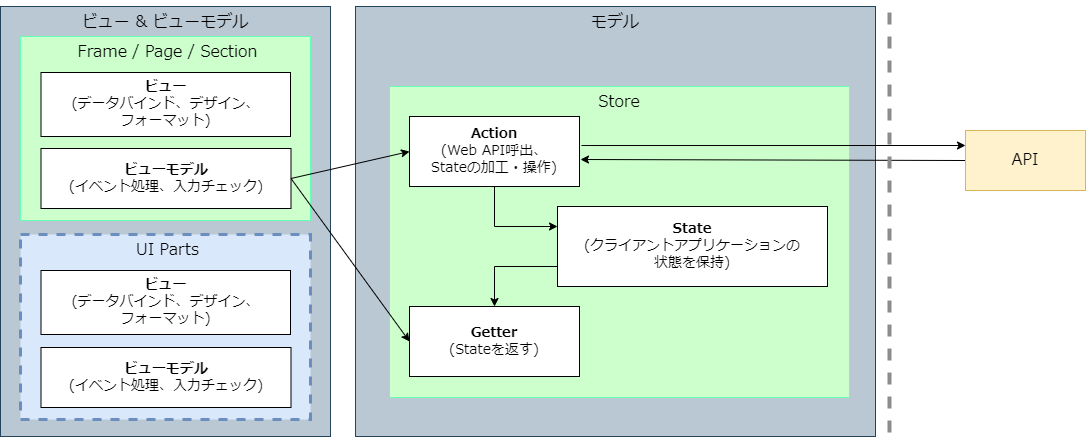
Above: documents/contents/images/app-architecture/client-side-rendering/mvvm-pattern.png in AlesInfiny/maris (draw.io), before the change. Source tidied: cells renumbered, new cells last; positions are measured from the earlier drawing's top-left corner, leaving out a move shared by most shapes.
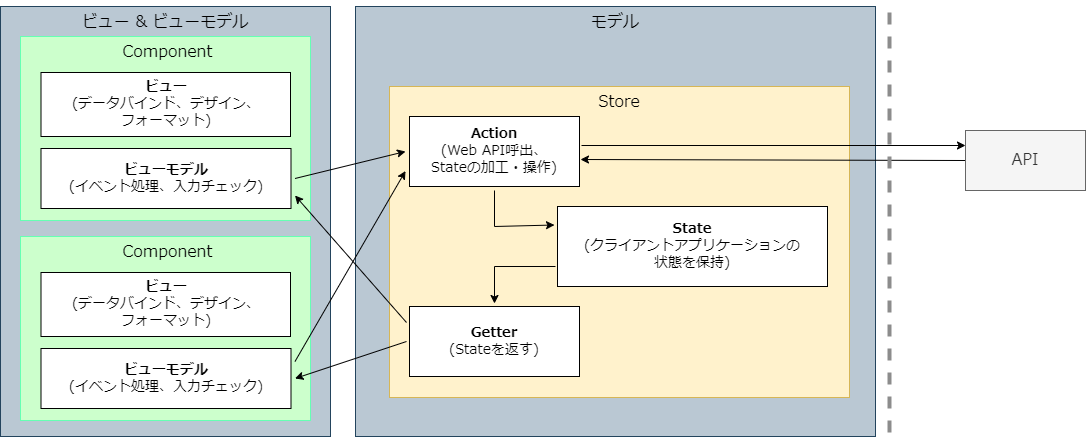
The same diagram one commit later.

Diff of the diagram source:
```diff
@@ -8,28 +8,28 @@
     <mxCell id="3" value="モデル" style="rounded=0;whiteSpace=wrap;html=1;verticalAlign=top;fillColor=#bac8d3;strokeColor=#23445d;fontColor=#000000;fontSize=16;fontFamily=Noto Sans JP;fontSource=https%3A%2F%2Ffonts.googleapis.com%2Fcss%3Ffamily%3DNoto%2BSans%2BJP;" parent="1" vertex="1">
       <mxGeometry x="355" y="4" width="520" height="430" as="geometry" />
     </mxCell>
-    <mxCell id="4" value="Frame / Page / Section" style="rounded=0;whiteSpace=wrap;html=1;align=center;spacingLeft=5;fillColor=#CCFFCC;fontColor=#000000;strokeColor=#66FFB3;verticalAlign=top;fontSize=16;fontFamily=Noto Sans JP;fontSource=https%3A%2F%2Ffonts.googleapis.com%2Fcss%3Ffamily%3DNoto%2BSans%2BJP;" parent="1" vertex="1">
+    <mxCell id="4" value="Component" style="rounded=0;whiteSpace=wrap;html=1;align=center;spacingLeft=5;fillColor=#CCFFCC;fontColor=#000000;strokeColor=#66FFB3;verticalAlign=top;fontSize=16;fontFamily=Noto Sans JP;fontSource=https%3A%2F%2Ffonts.googleapis.com%2Fcss%3Ffamily%3DNoto%2BSans%2BJP;" parent="1" vertex="1">
       <mxGeometry x="20" y="34" width="290" height="184" as="geometry" />
     </mxCell>
-    <mxCell id="5" value="Store" style="rounded=0;whiteSpace=wrap;html=1;fontSize=16;verticalAlign=top;fillColor=#CCFFCC;strokeColor=#66FFB3;gradientColor=none;fontColor=#000000;fontFamily=Noto Sans JP;fontSource=https%3A%2F%2Ffonts.googleapis.com%2Fcss%3Ffamily%3DNoto%2BSans%2BJP;" parent="1" vertex="1">
+    <mxCell id="5" value="Store" style="rounded=0;whiteSpace=wrap;html=1;fontSize=16;verticalAlign=top;fillColor=#fff2cc;strokeColor=#d6b656;fontFamily=Noto Sans JP;fontSource=https%3A%2F%2Ffonts.googleapis.com%2Fcss%3Ffamily%3DNoto%2BSans%2BJP;" parent="1" vertex="1">
       <mxGeometry x="389" y="84" width="460" height="311" as="geometry" />
     </mxCell>
     <mxCell id="6" value="&lt;b&gt;ビュー&lt;/b&gt;&lt;br style=&quot;font-size: 14px&quot;&gt;(データバインド、デザイン、&lt;br style=&quot;font-size: 14px&quot;&gt;フォーマット)" style="rounded=0;whiteSpace=wrap;html=1;fontSize=14;fontFamily=Noto Sans JP;fontSource=https%3A%2F%2Ffonts.googleapis.com%2Fcss%3Ffamily%3DNoto%2BSans%2BJP;" parent="1" vertex="1">
       <mxGeometry x="40.5" y="70" width="249.5" height="64" as="geometry" />
     </mxCell>
-    <mxCell id="7" value="&lt;b&gt;ビューモデル&lt;/b&gt;&lt;br style=&quot;font-size: 14px&quot;&gt;(イベント処理、入力チェック)" style="rounded=0;whiteSpace=wrap;html=1;fontSize=14;fontFamily=Noto Sans JP;fontSource=https%3A%2F%2Ffonts.googleapis.com%2Fcss%3Ffamily%3DNoto%2BSans%2BJP;" parent="1" vertex="1">
+    <mxCell id="7" value="&lt;b&gt;ビューモデル&lt;/b&gt;&lt;br style=&quot;font-size: 14px&quot;&gt;(イベント処理、入力チェック)" style="rounded=0;whiteSpace=wrap;html=1;fontSize=14;fontFamily=Noto Sans JP;fontSource=https%3A%2F%2Ffonts.googleapis.com%2Fcss%3Ffamily%3DNoto%2BSans%2BJP;perimeterSpacing=4;" parent="1" vertex="1">
       <mxGeometry x="40.5" y="146" width="250" height="60" as="geometry" />
     </mxCell>
-    <mxCell id="8" value="&lt;b&gt;Action&lt;/b&gt;&lt;br style=&quot;font-size: 14px&quot;&gt;(Web API呼出、&lt;br style=&quot;font-size: 14px&quot;&gt;Stateの加工・操作)" style="rounded=0;whiteSpace=wrap;html=1;fontSize=14;fontFamily=Noto Sans JP;fontSource=https%3A%2F%2Ffonts.googleapis.com%2Fcss%3Ffamily%3DNoto%2BSans%2BJP;" parent="1" vertex="1">
+    <mxCell id="8" value="&lt;b&gt;Action&lt;/b&gt;&lt;br style=&quot;font-size: 14px&quot;&gt;(Web API呼出、&lt;br style=&quot;font-size: 14px&quot;&gt;Stateの加工・操作)" style="rounded=0;whiteSpace=wrap;html=1;fontSize=14;fontFamily=Noto Sans JP;fontSource=https%3A%2F%2Ffonts.googleapis.com%2Fcss%3Ffamily%3DNoto%2BSans%2BJP;perimeterSpacing=4;" parent="1" vertex="1">
       <mxGeometry x="409" y="114" width="170" height="70" as="geometry" />
     </mxCell>
-    <mxCell id="9" value="&lt;b&gt;Getter&lt;/b&gt;&lt;br style=&quot;font-size: 14px&quot;&gt;(Stateを返す)" style="rounded=0;whiteSpace=wrap;html=1;fontSize=14;fontFamily=Noto Sans JP;fontSource=https%3A%2F%2Ffonts.googleapis.com%2Fcss%3Ffamily%3DNoto%2BSans%2BJP;" parent="1" vertex="1">
+    <mxCell id="9" value="&lt;b&gt;Getter&lt;/b&gt;&lt;br style=&quot;font-size: 14px&quot;&gt;(Stateを返す)" style="rounded=0;whiteSpace=wrap;html=1;fontSize=14;fontFamily=Noto Sans JP;fontSource=https%3A%2F%2Ffonts.googleapis.com%2Fcss%3Ffamily%3DNoto%2BSans%2BJP;perimeterSpacing=3;" parent="1" vertex="1">
       <mxGeometry x="409" y="304" width="170" height="70" as="geometry" />
     </mxCell>
-    <mxCell id="10" value="&lt;b&gt;State&lt;/b&gt;&lt;br style=&quot;font-size: 14px&quot;&gt;(クライアントアプリケーションの&lt;br&gt;状態を保持)" style="rounded=0;whiteSpace=wrap;html=1;fontSize=14;fontFamily=Noto Sans JP;fontSource=https%3A%2F%2Ffonts.googleapis.com%2Fcss%3Ffamily%3DNoto%2BSans%2BJP;" parent="1" vertex="1">
+    <mxCell id="10" value="&lt;b&gt;State&lt;/b&gt;&lt;br style=&quot;font-size: 14px&quot;&gt;(クライアントアプリケーションの&lt;br&gt;状態を保持)" style="rounded=0;whiteSpace=wrap;html=1;fontSize=14;fontFamily=Noto Sans JP;fontSource=https%3A%2F%2Ffonts.googleapis.com%2Fcss%3Ffamily%3DNoto%2BSans%2BJP;perimeterSpacing=3;" parent="1" vertex="1">
       <mxGeometry x="557" y="204" width="270" height="80" as="geometry" />
     </mxCell>
-    <mxCell id="11" style="endArrow=classic;html=1;fontSize=14;exitX=1;exitY=0.5;exitDx=0;exitDy=0;entryX=0;entryY=0.5;entryDx=0;entryDy=0;fontFamily=Noto Sans JP;fontSource=https%3A%2F%2Ffonts.googleapis.com%2Fcss%3Ffamily%3DNoto%2BSans%2BJP;" parent="1" edge="1" source="7" target="8">
+    <mxCell id="11" style="endArrow=classic;html=1;fontSize=14;exitX=1;exitY=0.5;exitDx=0;exitDy=0;entryX=0;entryY=0.5;entryDx=0;entryDy=0;fontFamily=Noto Sans JP;fontSource=https%3A%2F%2Ffonts.googleapis.com%2Fcss%3Ffamily%3DNoto%2BSans%2BJP;endSize=6;targetPerimeterSpacing=5;" parent="1" edge="1" source="7" target="8">
       <mxGeometry relative="1" as="geometry" />
     </mxCell>
     <mxCell id="12" style="endArrow=classic;html=1;fontSize=14;exitX=0.5;exitY=1;exitDx=0;exitDy=0;entryX=0;entryY=0.25;entryDx=0;entryDy=0;rounded=0;fontFamily=Noto Sans JP;fontSource=https%3A%2F%2Ffonts.googleapis.com%2Fcss%3Ffamily%3DNoto%2BSans%2BJP;" parent="1" edge="1" source="8" target="10">
@@ -39,14 +39,15 @@
         </Array>
       </mxGeometry>
     </mxCell>
-    <mxCell id="13" style="endArrow=classic;html=1;fontSize=14;exitX=0;exitY=0.75;exitDx=0;exitDy=0;rounded=0;fontFamily=Noto Sans JP;fontSource=https%3A%2F%2Ffonts.googleapis.com%2Fcss%3Ffamily%3DNoto%2BSans%2BJP;" parent="1" edge="1" source="10" target="9">
+    <mxCell id="13" style="endArrow=classic;html=1;fontSize=14;rounded=0;fontFamily=Noto Sans JP;fontSource=https%3A%2F%2Ffonts.googleapis.com%2Fcss%3Ffamily%3DNoto%2BSans%2BJP;" parent="1" edge="1" target="9">
       <mxGeometry relative="1" as="geometry">
+        <mxPoint x="555" y="264" as="sourcePoint" />
         <Array as="points">
           <mxPoint x="494" y="264" />
         </Array>
       </mxGeometry>
     </mxCell>
-    <mxCell id="14" style="endArrow=classic;html=1;fontSize=14;exitX=1;exitY=0.5;exitDx=0;exitDy=0;entryX=0;entryY=0.5;entryDx=0;entryDy=0;fontFamily=Noto Sans JP;fontSource=https%3A%2F%2Ffonts.googleapis.com%2Fcss%3Ffamily%3DNoto%2BSans%2BJP;" parent="1" edge="1" source="7" target="9">
+    <mxCell id="14" style="endArrow=none;html=1;fontSize=14;exitX=1;exitY=0.75;exitDx=0;exitDy=0;entryX=0;entryY=0.25;entryDx=0;entryDy=0;fontFamily=Noto Sans JP;fontSource=https%3A%2F%2Ffonts.googleapis.com%2Fcss%3Ffamily%3DNoto%2BSans%2BJP;startArrow=classic;startFill=1;endFill=0;" parent="1" edge="1" source="7" target="9">
       <mxGeometry relative="1" as="geometry" />
     </mxCell>
     <mxCell id="15" style="endArrow=classic;html=1;fontSize=14;fontFamily=Noto Sans JP;fontSource=https%3A%2F%2Ffonts.googleapis.com%2Fcss%3Ffamily%3DNoto%2BSans%2BJP;entryX=0;entryY=0.25;entryDx=0;entryDy=0;" parent="1" edge="1" target="17">
@@ -59,7 +60,7 @@
         <mxPoint x="580" y="157" as="targetPoint" />
       </mxGeometry>
     </mxCell>
-    <mxCell id="17" value="API" style="rounded=0;whiteSpace=wrap;html=1;fontSize=16;fillColor=#fff2cc;strokeColor=#d6b656;fontFamily=Noto Sans JP;fontSource=https%3A%2F%2Ffonts.googleapis.com%2Fcss%3Ffamily%3DNoto%2BSans%2BJP;" parent="1" vertex="1">
+    <mxCell id="17" value="API" style="rounded=0;whiteSpace=wrap;html=1;fontSize=16;fillColor=#f5f5f5;strokeColor=#666666;fontFamily=Noto Sans JP;fontSource=https%3A%2F%2Ffonts.googleapis.com%2Fcss%3Ffamily%3DNoto%2BSans%2BJP;fontColor=#333333;" parent="1" vertex="1">
       <mxGeometry x="965" y="128" width="120" height="60" as="geometry" />
     </mxCell>
     <mxCell id="18" style="endArrow=none;dashed=1;html=1;rounded=0;fontSize=14;strokeWidth=4;strokeColor=#8C8C8C;fontFamily=Noto Sans JP;fontSource=https%3A%2F%2Ffonts.googleapis.com%2Fcss%3Ffamily%3DNoto%2BSans%2BJP;" parent="1" edge="1">
@@ -68,14 +69,20 @@
         <mxPoint x="889" as="targetPoint" />
       </mxGeometry>
     </mxCell>
-    <mxCell id="19" value="UI Parts" style="rounded=0;whiteSpace=wrap;html=1;align=center;spacingLeft=5;fillColor=#dae8fc;strokeColor=#6c8ebf;verticalAlign=top;fontSize=16;dashed=1;strokeWidth=3;fontFamily=Noto Sans JP;fontSource=https%3A%2F%2Ffonts.googleapis.com%2Fcss%3Ffamily%3DNoto%2BSans%2BJP;" parent="1" vertex="1">
-      <mxGeometry x="20" y="232" width="290" height="185" as="geometry" />
-    </mxCell>
+    <mxCell id="21" value="Component" style="rounded=0;whiteSpace=wrap;html=1;align=center;spacingLeft=5;fillColor=#CCFFCC;fontColor=#000000;strokeColor=#66FFB3;verticalAlign=top;fontSize=16;fontFamily=Noto Sans JP;fontSource=https%3A%2F%2Ffonts.googleapis.com%2Fcss%3Ffamily%3DNoto%2BSans%2BJP;" parent="1" vertex="1">
+      <mxGeometry x="20" y="234" width="290" height="184" as="geometry" />
+    </mxCell>
     <mxCell id="20" value="&lt;b&gt;ビュー&lt;/b&gt;&lt;br style=&quot;font-size: 14px&quot;&gt;(データバインド、デザイン、&lt;br style=&quot;font-size: 14px&quot;&gt;フォーマット)" style="rounded=0;whiteSpace=wrap;html=1;fontSize=14;fontFamily=Noto Sans JP;fontSource=https%3A%2F%2Ffonts.googleapis.com%2Fcss%3Ffamily%3DNoto%2BSans%2BJP;" parent="1" vertex="1">
-      <mxGeometry x="40.5" y="268" width="249.5" height="64" as="geometry" />
+      <mxGeometry x="40.5" y="270" width="249.5" height="64" as="geometry" />
     </mxCell>
-    <mxCell id="21" value="&lt;b&gt;ビューモデル&lt;/b&gt;&lt;br style=&quot;font-size: 14px&quot;&gt;(イベント処理、入力チェック)" style="rounded=0;whiteSpace=wrap;html=1;fontSize=14;fontFamily=Noto Sans JP;fontSource=https%3A%2F%2Ffonts.googleapis.com%2Fcss%3Ffamily%3DNoto%2BSans%2BJP;" parent="1" vertex="1">
-      <mxGeometry x="40.5" y="345" width="250" height="60" as="geometry" />
-    </mxCell>
+    <mxCell id="22" value="&lt;b&gt;ビューモデル&lt;/b&gt;&lt;br style=&quot;font-size: 14px&quot;&gt;(イベント処理、入力チェック)" style="rounded=0;whiteSpace=wrap;html=1;fontSize=14;fontFamily=Noto Sans JP;fontSource=https%3A%2F%2Ffonts.googleapis.com%2Fcss%3Ffamily%3DNoto%2BSans%2BJP;perimeterSpacing=4;" parent="1" vertex="1">
+      <mxGeometry x="40.5" y="346" width="250" height="60" as="geometry" />
+    </mxCell>
+    <mxCell id="23" style="endArrow=none;html=1;fontSize=14;exitX=1;exitY=0.5;exitDx=0;exitDy=0;entryX=0;entryY=0.5;entryDx=0;entryDy=0;fontFamily=Noto Sans JP;fontSource=https%3A%2F%2Ffonts.googleapis.com%2Fcss%3Ffamily%3DNoto%2BSans%2BJP;startArrow=classic;startFill=1;endFill=0;" parent="1" edge="1" source="22" target="9">
+      <mxGeometry relative="1" as="geometry" />
+    </mxCell>
+    <mxCell id="24" style="endArrow=classic;html=1;fontSize=14;exitX=1;exitY=0.25;exitDx=0;exitDy=0;entryX=0;entryY=0.75;entryDx=0;entryDy=0;fontFamily=Noto Sans JP;fontSource=https%3A%2F%2Ffonts.googleapis.com%2Fcss%3Ffamily%3DNoto%2BSans%2BJP;jumpSize=6;endSize=6;targetPerimeterSpacing=0;" parent="1" edge="1" source="22" target="8">
+      <mxGeometry relative="1" as="geometry" />
+    </mxCell>
   </root>
 </mxGraphModel>
```
